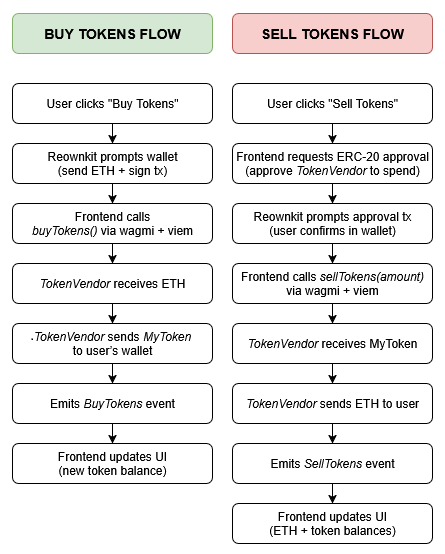
Before: assets/user-flowchart.png, a diagram exported from draw.io (segment7/token-vendor). Source tidied: cells renumbered, new cells last; positions are measured from the earlier drawing's top-left corner, leaving out a move shared by most shapes. Its diagram source:
```xml
<mxGraphModel>
  <root>
    <mxCell id="0" />
    <mxCell id="1" parent="0" />
    <mxCell id="2" value="BUY TOKENS FLOW" style="rounded=1;whiteSpace=wrap;html=1;fontSize=14;fontStyle=1;fillColor=#d5e8d4;strokeColor=#82b366;" parent="1" vertex="1">
      <mxGeometry width="200" height="40" as="geometry" />
    </mxCell>
    <mxCell id="3" value="User clicks &quot;Buy Tokens&quot;" style="rounded=1;whiteSpace=wrap;html=1;" parent="1" vertex="1">
      <mxGeometry y="70" width="200" height="40" as="geometry" />
    </mxCell>
    <mxCell id="4" style="edgeStyle=orthogonalEdgeStyle;rounded=0;html=1;jettySize=auto;" parent="1" edge="1" source="3" target="5">
      <mxGeometry relative="1" as="geometry" />
    </mxCell>
    <mxCell id="5" value="Reownkit prompts wallet&lt;br&gt;(send ETH + sign tx)" style="rounded=1;whiteSpace=wrap;html=1;" parent="1" vertex="1">
      <mxGeometry y="130" width="200" height="40" as="geometry" />
    </mxCell>
    <mxCell id="6" style="edgeStyle=orthogonalEdgeStyle;rounded=0;html=1;jettySize=auto;" parent="1" edge="1" source="5" target="7">
      <mxGeometry relative="1" as="geometry" />
    </mxCell>
    <mxCell id="7" value="Frontend calls&lt;br&gt;&lt;i&gt;buyTokens()&lt;/i&gt; via wagmi + viem" style="rounded=1;whiteSpace=wrap;html=1;" parent="1" vertex="1">
      <mxGeometry y="190" width="200" height="40" as="geometry" />
    </mxCell>
    <mxCell id="8" style="edgeStyle=orthogonalEdgeStyle;rounded=0;html=1;jettySize=auto;" parent="1" edge="1" source="7" target="9">
      <mxGeometry relative="1" as="geometry" />
    </mxCell>
    <mxCell id="9" value="&lt;i&gt;TokenVendor &lt;/i&gt;receives ETH" style="rounded=1;whiteSpace=wrap;html=1;" parent="1" vertex="1">
      <mxGeometry y="250" width="200" height="40" as="geometry" />
    </mxCell>
    <mxCell id="10" style="edgeStyle=orthogonalEdgeStyle;rounded=0;html=1;jettySize=auto;" parent="1" edge="1" source="9" target="11">
      <mxGeometry relative="1" as="geometry" />
    </mxCell>
    <mxCell id="11" value="&lt;i&gt;TokenVendor &lt;/i&gt;sends &lt;i&gt;MyToken&lt;/i&gt;&lt;br&gt;to user’s wallet" style="rounded=1;whiteSpace=wrap;html=1;" parent="1" vertex="1">
      <mxGeometry y="310" width="200" height="40" as="geometry" />
    </mxCell>
    <mxCell id="12" style="edgeStyle=orthogonalEdgeStyle;rounded=0;html=1;jettySize=auto;" parent="1" edge="1" source="11" target="13">
      <mxGeometry relative="1" as="geometry" />
    </mxCell>
    <mxCell id="13" value="Emits &lt;i&gt;BuyTokens &lt;/i&gt;event" style="rounded=1;whiteSpace=wrap;html=1;" parent="1" vertex="1">
      <mxGeometry y="370" width="200" height="40" as="geometry" />
    </mxCell>
    <mxCell id="14" style="edgeStyle=orthogonalEdgeStyle;rounded=0;html=1;jettySize=auto;" parent="1" edge="1" source="13" target="15">
      <mxGeometry relative="1" as="geometry" />
    </mxCell>
    <mxCell id="15" value="Frontend updates UI&lt;br&gt;(new token balance)" style="rounded=1;whiteSpace=wrap;html=1;" parent="1" vertex="1">
      <mxGeometry y="430" width="200" height="40" as="geometry" />
    </mxCell>
    <mxCell id="16" value="SELL TOKENS FLOW" style="rounded=1;whiteSpace=wrap;html=1;fontSize=14;fontStyle=1;fillColor=#f8cecc;strokeColor=#b85450;" parent="1" vertex="1">
      <mxGeometry x="220" width="200" height="40" as="geometry" />
    </mxCell>
    <mxCell id="17" value="User clicks &quot;Sell Tokens&quot;" style="rounded=1;whiteSpace=wrap;html=1;" parent="1" vertex="1">
      <mxGeometry x="220" y="70" width="200" height="40" as="geometry" />
    </mxCell>
    <mxCell id="18" style="edgeStyle=orthogonalEdgeStyle;rounded=0;html=1;jettySize=auto;" parent="1" edge="1" source="17" target="19">
      <mxGeometry relative="1" as="geometry" />
    </mxCell>
    <mxCell id="19" value="Frontend requests ERC-20 approval&lt;br&gt;(approve &lt;i&gt;TokenVendor&lt;/i&gt; to spend)" style="rounded=1;whiteSpace=wrap;html=1;" parent="1" vertex="1">
      <mxGeometry x="220" y="130" width="200" height="40" as="geometry" />
    </mxCell>
    <mxCell id="20" style="edgeStyle=orthogonalEdgeStyle;rounded=0;html=1;jettySize=auto;" parent="1" edge="1" source="19" target="21">
      <mxGeometry relative="1" as="geometry" />
    </mxCell>
    <mxCell id="21" value="Reownkit prompts approval tx&lt;br&gt;(user confirms in wallet)" style="rounded=1;whiteSpace=wrap;html=1;" parent="1" vertex="1">
      <mxGeometry x="220" y="190" width="200" height="40" as="geometry" />
    </mxCell>
    <mxCell id="22" style="edgeStyle=orthogonalEdgeStyle;rounded=0;html=1;jettySize=auto;" parent="1" edge="1" source="21" target="23">
      <mxGeometry relative="1" as="geometry" />
    </mxCell>
    <mxCell id="23" value="Frontend calls &lt;i&gt;sellTokens(amount)&lt;/i&gt;&lt;br&gt;via wagmi + viem" style="rounded=1;whiteSpace=wrap;html=1;" parent="1" vertex="1">
      <mxGeometry x="220" y="250" width="200" height="40" as="geometry" />
    </mxCell>
    <mxCell id="24" style="edgeStyle=orthogonalEdgeStyle;rounded=0;html=1;jettySize=auto;" parent="1" edge="1" source="23" target="25">
      <mxGeometry relative="1" as="geometry" />
    </mxCell>
    <mxCell id="25" value="&lt;i&gt;TokenVendor &lt;/i&gt;receives MyToken" style="rounded=1;whiteSpace=wrap;html=1;" parent="1" vertex="1">
      <mxGeometry x="220" y="310" width="200" height="40" as="geometry" />
    </mxCell>
    <mxCell id="26" style="edgeStyle=orthogonalEdgeStyle;rounded=0;html=1;jettySize=auto;" parent="1" edge="1" source="25" target="27">
      <mxGeometry relative="1" as="geometry" />
    </mxCell>
    <mxCell id="27" value="&lt;i&gt;TokenVendor &lt;/i&gt;sends ETH to user" style="rounded=1;whiteSpace=wrap;html=1;" parent="1" vertex="1">
      <mxGeometry x="220" y="370" width="200" height="40" as="geometry" />
    </mxCell>
    <mxCell id="28" style="edgeStyle=orthogonalEdgeStyle;rounded=0;html=1;jettySize=auto;" parent="1" edge="1" source="27" target="29">
      <mxGeometry relative="1" as="geometry" />
    </mxCell>
    <mxCell id="29" value="Emits &lt;i&gt;SellTokens &lt;/i&gt;event" style="rounded=1;whiteSpace=wrap;html=1;" parent="1" vertex="1">
      <mxGeometry x="220" y="430" width="200" height="40" as="geometry" />
    </mxCell>
    <mxCell id="30" style="edgeStyle=orthogonalEdgeStyle;rounded=0;html=1;jettySize=auto;" parent="1" edge="1" source="29" target="31">
      <mxGeometry relative="1" as="geometry" />
    </mxCell>
    <mxCell id="31" value="Frontend updates UI&lt;br&gt;(ETH + token balances)" style="rounded=1;whiteSpace=wrap;html=1;" parent="1" vertex="1">
      <mxGeometry x="220" y="490" width="200" height="40" as="geometry" />
    </mxCell>
  </root>
</mxGraphModel>
```
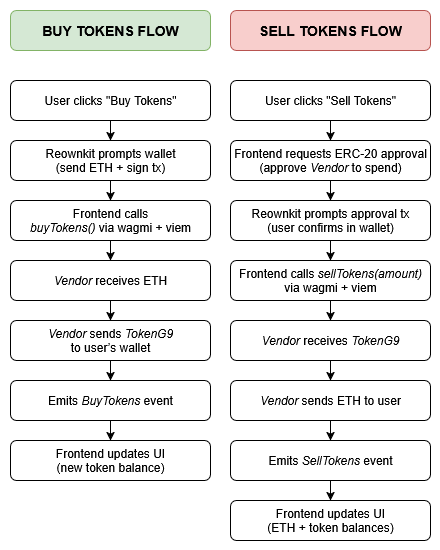
The same diagram one commit later.

What changed in the source:
```diff
@@ -23,13 +23,13 @@
     <mxCell id="8" style="edgeStyle=orthogonalEdgeStyle;rounded=0;html=1;jettySize=auto;" parent="1" edge="1" source="7" target="9">
       <mxGeometry relative="1" as="geometry" />
     </mxCell>
-    <mxCell id="9" value="&lt;i&gt;TokenVendor &lt;/i&gt;receives ETH" style="rounded=1;whiteSpace=wrap;html=1;" parent="1" vertex="1">
+    <mxCell id="9" value="&lt;i&gt;Vendor &lt;/i&gt;receives ETH" style="rounded=1;whiteSpace=wrap;html=1;" parent="1" vertex="1">
       <mxGeometry y="250" width="200" height="40" as="geometry" />
     </mxCell>
     <mxCell id="10" style="edgeStyle=orthogonalEdgeStyle;rounded=0;html=1;jettySize=auto;" parent="1" edge="1" source="9" target="11">
       <mxGeometry relative="1" as="geometry" />
     </mxCell>
-    <mxCell id="11" value="&lt;i&gt;TokenVendor &lt;/i&gt;sends &lt;i&gt;MyToken&lt;/i&gt;&lt;br&gt;to user’s wallet" style="rounded=1;whiteSpace=wrap;html=1;" parent="1" vertex="1">
+    <mxCell id="11" value="&lt;i&gt;Vendor &lt;/i&gt;sends &lt;i&gt;TokenG9&lt;/i&gt;&lt;br&gt;to user’s wallet" style="rounded=1;whiteSpace=wrap;html=1;" parent="1" vertex="1">
       <mxGeometry y="310" width="200" height="40" as="geometry" />
     </mxCell>
     <mxCell id="12" style="edgeStyle=orthogonalEdgeStyle;rounded=0;html=1;jettySize=auto;" parent="1" edge="1" source="11" target="13">
@@ -53,7 +53,7 @@
     <mxCell id="18" style="edgeStyle=orthogonalEdgeStyle;rounded=0;html=1;jettySize=auto;" parent="1" edge="1" source="17" target="19">
       <mxGeometry relative="1" as="geometry" />
     </mxCell>
-    <mxCell id="19" value="Frontend requests ERC-20 approval&lt;br&gt;(approve &lt;i&gt;TokenVendor&lt;/i&gt; to spend)" style="rounded=1;whiteSpace=wrap;html=1;" parent="1" vertex="1">
+    <mxCell id="19" value="Frontend requests ERC-20 approval&lt;br&gt;(approve &lt;i&gt;Vendor&lt;/i&gt; to spend)" style="rounded=1;whiteSpace=wrap;html=1;" parent="1" vertex="1">
       <mxGeometry x="220" y="130" width="200" height="40" as="geometry" />
     </mxCell>
     <mxCell id="20" style="edgeStyle=orthogonalEdgeStyle;rounded=0;html=1;jettySize=auto;" parent="1" edge="1" source="19" target="21">
@@ -71,13 +71,13 @@
     <mxCell id="24" style="edgeStyle=orthogonalEdgeStyle;rounded=0;html=1;jettySize=auto;" parent="1" edge="1" source="23" target="25">
       <mxGeometry relative="1" as="geometry" />
     </mxCell>
-    <mxCell id="25" value="&lt;i&gt;TokenVendor &lt;/i&gt;receives MyToken" style="rounded=1;whiteSpace=wrap;html=1;" parent="1" vertex="1">
+    <mxCell id="25" value="&lt;i&gt;Vendor &lt;/i&gt;receives&amp;nbsp;&lt;i&gt;TokenG9&lt;/i&gt;" style="rounded=1;whiteSpace=wrap;html=1;" parent="1" vertex="1">
       <mxGeometry x="220" y="310" width="200" height="40" as="geometry" />
     </mxCell>
     <mxCell id="26" style="edgeStyle=orthogonalEdgeStyle;rounded=0;html=1;jettySize=auto;" parent="1" edge="1" source="25" target="27">
       <mxGeometry relative="1" as="geometry" />
     </mxCell>
-    <mxCell id="27" value="&lt;i&gt;TokenVendor &lt;/i&gt;sends ETH to user" style="rounded=1;whiteSpace=wrap;html=1;" parent="1" vertex="1">
+    <mxCell id="27" value="&lt;i&gt;Vendor &lt;/i&gt;sends ETH to user" style="rounded=1;whiteSpace=wrap;html=1;" parent="1" vertex="1">
       <mxGeometry x="220" y="370" width="200" height="40" as="geometry" />
     </mxCell>
     <mxCell id="28" style="edgeStyle=orthogonalEdgeStyle;rounded=0;html=1;jettySize=auto;" parent="1" edge="1" source="27" target="29">
```
